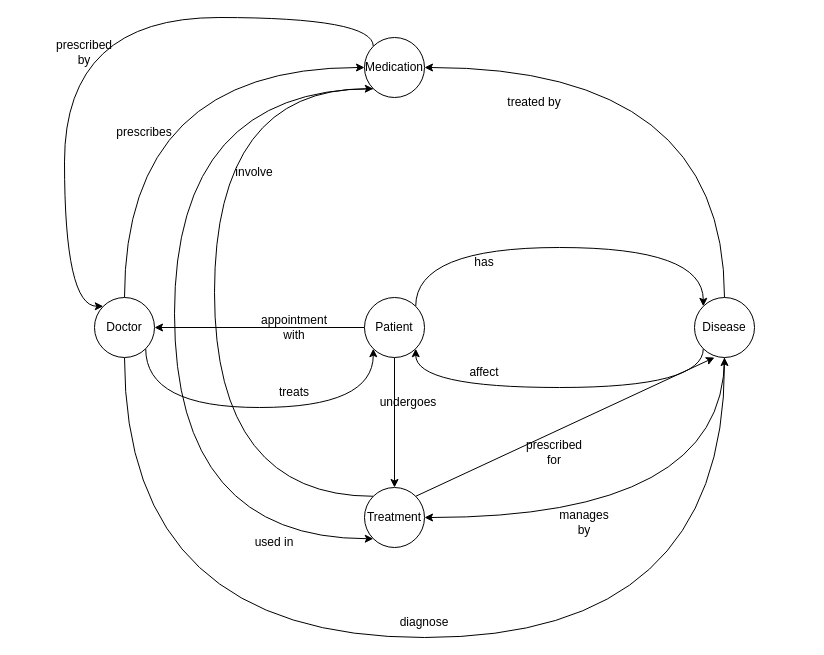
Before: Untitled Diagram.drawio in manaralrr/AI-assignment2, a draw.io diagram. Source tidied: cells renumbered, new cells numbered last; positions are measured from the earlier drawing's top-left corner, leaving out a move shared by most shapes. Both pictures are drawn from the tidied source at 100%, with x=0, y=0 at pixel (54, 17).
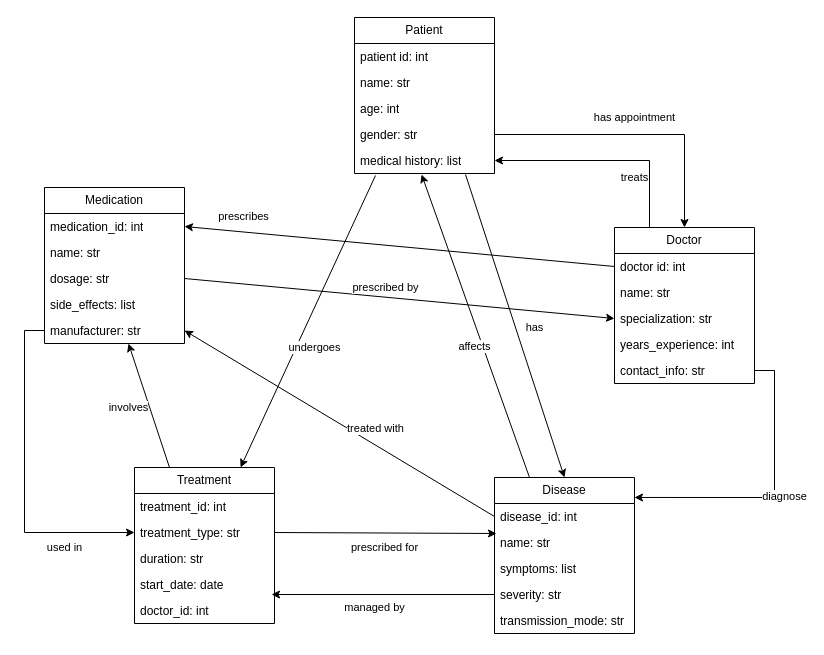
The same page after the edit.

What changed in the source:
```diff
@@
-    <mxCell id="2" style="edgeStyle=orthogonalEdgeStyle;rounded=0;jettySize=auto;html=1;exitX=0.5;exitY=1;exitDx=0;exitDy=0;entryX=0.5;entryY=0;entryDx=0;entryDy=0;" parent="1" edge="1" source="5" target="12">
-      <mxGeometry relative="1" as="geometry" />
-    </mxCell>
-    <mxCell id="3" style="edgeStyle=orthogonalEdgeStyle;rounded=0;jettySize=auto;html=1;exitX=0;exitY=0.5;exitDx=0;exitDy=0;entryX=1;entryY=0.5;entryDx=0;entryDy=0;" parent="1" edge="1" source="5" target="17">
-      <mxGeometry relative="1" as="geometry" />
-    </mxCell>
-    <mxCell id="4" style="edgeStyle=orthogonalEdgeStyle;rounded=0;jettySize=auto;html=1;exitX=1;exitY=0;exitDx=0;exitDy=0;entryX=0;entryY=0;entryDx=0;entryDy=0;curved=1;" parent="1" edge="1" source="5" target="9">
-      <mxGeometry relative="1" as="geometry">
-        <Array as="points">
-          <mxPoint x="361" y="230" />
-          <mxPoint x="649" y="230" />
-        </Array>
-      </mxGeometry>
-    </mxCell>
-    <mxCell id="5" value="Patient" style="ellipse;whiteSpace=wrap;html=1;" parent="1" vertex="1">
-      <mxGeometry x="310" y="280" width="60" height="60" as="geometry" />
+    <mxCell id="5" value="Patient" style="swimlane;fontStyle=0;horizontal=1;startSize=26;fillColor=none;whiteSpace=wrap;html=1;" parent="1" vertex="1">
+      <mxGeometry x="300" width="140" height="156" as="geometry" />
     </mxCell>
-    <mxCell id="6" style="edgeStyle=orthogonalEdgeStyle;rounded=0;jettySize=auto;html=1;exitX=0;exitY=1;exitDx=0;exitDy=0;entryX=1;entryY=1;entryDx=0;entryDy=0;curved=1;" parent="1" edge="1" source="9" target="5">
-      <mxGeometry relative="1" as="geometry">
-        <Array as="points">
-          <mxPoint x="649" y="370" />
-          <mxPoint x="361" y="370" />
-        </Array>
-      </mxGeometry>
-    </mxCell>
-    <mxCell id="7" style="edgeStyle=orthogonalEdgeStyle;rounded=0;jettySize=auto;html=1;exitX=0.5;exitY=0;exitDx=0;exitDy=0;entryX=1;entryY=0.5;entryDx=0;entryDy=0;curved=1;" parent="1" edge="1" source="9" target="21">
-      <mxGeometry relative="1" as="geometry" />
-    </mxCell>
-    <mxCell id="8" style="edgeStyle=orthogonalEdgeStyle;rounded=0;jettySize=auto;html=1;exitX=0.5;exitY=1;exitDx=0;exitDy=0;entryX=1;entryY=0.5;entryDx=0;entryDy=0;curved=1;" parent="1" edge="1" source="9" target="12">
-      <mxGeometry relative="1" as="geometry" />
-    </mxCell>
+    <mxCell id="33" value="patient id: int" style="text;strokeColor=none;fillColor=none;align=left;verticalAlign=top;spacingLeft=4;spacingRight=4;overflow=hidden;whiteSpace=wrap;html=1;" parent="5" vertex="1">
+      <mxGeometry y="26" width="140" height="26" as="geometry" />
+    </mxCell>
+    <mxCell id="34" value="name: str" style="text;strokeColor=none;fillColor=none;align=left;verticalAlign=top;spacingLeft=4;spacingRight=4;overflow=hidden;whiteSpace=wrap;html=1;" parent="5" vertex="1">
+      <mxGeometry y="52" width="140" height="26" as="geometry" />
+    </mxCell>
+    <mxCell id="35" value="age: int" style="text;strokeColor=none;fillColor=none;align=left;verticalAlign=top;spacingLeft=4;spacingRight=4;overflow=hidden;whiteSpace=wrap;html=1;" parent="5" vertex="1">
+      <mxGeometry y="78" width="140" height="26" as="geometry" />
+    </mxCell>
+    <mxCell id="36" value="gender: str" style="text;strokeColor=none;fillColor=none;align=left;verticalAlign=top;spacingLeft=4;spacingRight=4;overflow=hidden;points=[[0,0.5],[1,0.5]];portConstraint=eastwest;whiteSpace=wrap;html=1;" parent="5" vertex="1">
+      <mxGeometry y="104" width="140" height="26" as="geometry" />
+    </mxCell>
+    <mxCell id="37" value="medical history: list" style="text;strokeColor=none;fillColor=none;align=left;verticalAlign=top;spacingLeft=4;spacingRight=4;overflow=hidden;points=[[0,0.5],[1,0.5]];portConstraint=eastwest;whiteSpace=wrap;html=1;" parent="5" vertex="1">
+      <mxGeometry y="130" width="140" height="26" as="geometry" />
+    </mxCell>
+    <mxCell id="22" value="treats" style="edgeStyle=orthogonalEdgeStyle;rounded=0;jettySize=auto;html=1;exitX=0.25;exitY=0;exitDx=0;exitDy=0;entryX=1;entryY=0.5;entryDx=0;entryDy=0;" parent="1" edge="1" source="17" target="37">
+      <mxGeometry x="-0.55" y="15" relative="1" as="geometry" />
+    </mxCell>
+    <mxCell id="17" value="Doctor" style="swimlane;fontStyle=0;horizontal=1;startSize=26;fillColor=none;whiteSpace=wrap;html=1;" parent="1" vertex="1">
+      <mxGeometry x="560" y="210" width="140" height="156" as="geometry" />
+    </mxCell>
+    <mxCell id="38" value="doctor id: int" style="text;strokeColor=none;fillColor=none;align=left;verticalAlign=top;spacingLeft=4;spacingRight=4;overflow=hidden;points=[[0,0.5],[1,0.5]];portConstraint=eastwest;whiteSpace=wrap;html=1;" parent="17" vertex="1">
+      <mxGeometry y="26" width="140" height="26" as="geometry" />
+    </mxCell>
+    <mxCell id="39" value="name: str" style="text;strokeColor=none;fillColor=none;align=left;verticalAlign=top;spacingLeft=4;spacingRight=4;overflow=hidden;whiteSpace=wrap;html=1;" parent="17" vertex="1">
+      <mxGeometry y="52" width="140" height="26" as="geometry" />
+    </mxCell>
+    <mxCell id="40" value="specialization: str" style="text;strokeColor=none;fillColor=none;align=left;verticalAlign=top;spacingLeft=4;spacingRight=4;overflow=hidden;points=[[0,0.5],[1,0.5]];portConstraint=eastwest;whiteSpace=wrap;html=1;" parent="17" vertex="1">
+      <mxGeometry y="78" width="140" height="26" as="geometry" />
+    </mxCell>
+    <mxCell id="41" value="years_experience: int" style="text;strokeColor=none;fillColor=none;align=left;verticalAlign=top;spacingLeft=4;spacingRight=4;overflow=hidden;whiteSpace=wrap;html=1;" parent="17" vertex="1">
+      <mxGeometry y="104" width="140" height="26" as="geometry" />
+    </mxCell>
+    <mxCell id="42" value="contact_info: str" style="text;strokeColor=none;fillColor=none;align=left;verticalAlign=top;spacingLeft=4;spacingRight=4;overflow=hidden;points=[[0,0.5],[1,0.5]];portConstraint=eastwest;whiteSpace=wrap;html=1;" parent="17" vertex="1">
+      <mxGeometry y="130" width="140" height="26" as="geometry" />
+    </mxCell>
+    <mxCell id="21" value="Medication" style="swimlane;fontStyle=0;horizontal=1;startSize=26;fillColor=none;whiteSpace=wrap;html=1;" parent="1" vertex="1">
+      <mxGeometry x="-10" y="170" width="140" height="156" as="geometry" />
+    </mxCell>
+    <mxCell id="43" value="medication_id: int" style="text;strokeColor=none;fillColor=none;align=left;verticalAlign=top;spacingLeft=4;spacingRight=4;overflow=hidden;points=[[0,0.5],[1,0.5]];portConstraint=eastwest;whiteSpace=wrap;html=1;" parent="21" vertex="1">
+      <mxGeometry y="26" width="140" height="26" as="geometry" />
+    </mxCell>
+    <mxCell id="44" value="name: str" style="text;strokeColor=none;fillColor=none;align=left;verticalAlign=top;spacingLeft=4;spacingRight=4;overflow=hidden;whiteSpace=wrap;html=1;" parent="21" vertex="1">
+      <mxGeometry y="52" width="140" height="26" as="geometry" />
+    </mxCell>
+    <mxCell id="45" value="dosage: str" style="text;strokeColor=none;fillColor=none;align=left;verticalAlign=top;spacingLeft=4;spacingRight=4;overflow=hidden;points=[[0,0.5],[1,0.5]];portConstraint=eastwest;whiteSpace=wrap;html=1;" parent="21" vertex="1">
+      <mxGeometry y="78" width="140" height="26" as="geometry" />
+    </mxCell>
+    <mxCell id="46" value="side_effects: list" style="text;strokeColor=none;fillColor=none;align=left;verticalAlign=top;spacingLeft=4;spacingRight=4;overflow=hidden;whiteSpace=wrap;html=1;" parent="21" vertex="1">
+      <mxGeometry y="104" width="140" height="26" as="geometry" />
+    </mxCell>
+    <mxCell id="47" value="manufacturer: str" style="text;strokeColor=none;fillColor=none;align=left;verticalAlign=top;spacingLeft=4;spacingRight=4;overflow=hidden;points=[[0,0.5],[1,0.5]];portConstraint=eastwest;whiteSpace=wrap;html=1;" parent="21" vertex="1">
+      <mxGeometry y="130" width="140" height="26" as="geometry" />
+    </mxCell>
+    <mxCell id="12" value="Treatment" style="swimlane;fontStyle=0;horizontal=1;startSize=26;fillColor=none;whiteSpace=wrap;html=1;" parent="1" vertex="1">
+      <mxGeometry x="80" y="450" width="140" height="156" as="geometry" />
+    </mxCell>
+    <mxCell id="48" value="treatment_id: int" style="text;strokeColor=none;fillColor=none;align=left;verticalAlign=top;spacingLeft=4;spacingRight=4;overflow=hidden;whiteSpace=wrap;html=1;" parent="12" vertex="1">
+      <mxGeometry y="26" width="140" height="26" as="geometry" />
+    </mxCell>
+    <mxCell id="49" value="treatment_type: str" style="text;strokeColor=none;fillColor=none;align=left;verticalAlign=top;spacingLeft=4;spacingRight=4;overflow=hidden;points=[[0,0.5],[1,0.5]];portConstraint=eastwest;whiteSpace=wrap;html=1;" parent="12" vertex="1">
+      <mxGeometry y="52" width="140" height="26" as="geometry" />
+    </mxCell>
+    <mxCell id="50" value="duration: str" style="text;strokeColor=none;fillColor=none;align=left;verticalAlign=top;spacingLeft=4;spacingRight=4;overflow=hidden;whiteSpace=wrap;html=1;" parent="12" vertex="1">
+      <mxGeometry y="78" width="140" height="26" as="geometry" />
+    </mxCell>
+    <mxCell id="51" value="start_date: date" style="text;strokeColor=none;fillColor=none;align=left;verticalAlign=top;spacingLeft=4;spacingRight=4;overflow=hidden;whiteSpace=wrap;html=1;" parent="12" vertex="1">
+      <mxGeometry y="104" width="140" height="26" as="geometry" />
+    </mxCell>
+    <mxCell id="52" value="doctor_id: int" style="text;strokeColor=none;fillColor=none;align=left;verticalAlign=top;spacingLeft=4;spacingRight=4;overflow=hidden;points=[[0,0.5],[1,0.5]];portConstraint=eastwest;whiteSpace=wrap;html=1;" parent="12" vertex="1">
+      <mxGeometry y="130" width="140" height="26" as="geometry" />
+    </mxCell>
-    <mxCell id="9" value="Disease" style="ellipse;whiteSpace=wrap;html=1;" parent="1" vertex="1">
-      <mxGeometry x="640" y="280" width="60" height="60" as="geometry" />
+    <mxCell id="9" value="Disease" style="swimlane;fontStyle=0;horizontal=1;startSize=26;fillColor=none;whiteSpace=wrap;html=1;" parent="1" vertex="1">
+      <mxGeometry x="440" y="460" width="140" height="156" as="geometry" />
     </mxCell>
+    <mxCell id="53" value="disease_id: int" style="text;strokeColor=none;fillColor=none;align=left;verticalAlign=top;spacingLeft=4;spacingRight=4;overflow=hidden;points=[[0,0.5],[1,0.5]];portConstraint=eastwest;whiteSpace=wrap;html=1;" parent="9" vertex="1">
+      <mxGeometry y="26" width="140" height="26" as="geometry" />
+    </mxCell>
+    <mxCell id="54" value="name: str" style="text;strokeColor=none;fillColor=none;align=left;verticalAlign=top;spacingLeft=4;spacingRight=4;overflow=hidden;points=[[0,0.5],[1,0.5]];portConstraint=eastwest;whiteSpace=wrap;html=1;" parent="9" vertex="1">
+      <mxGeometry y="52" width="140" height="26" as="geometry" />
+    </mxCell>
+    <mxCell id="55" value="symptoms: list" style="text;strokeColor=none;fillColor=none;align=left;verticalAlign=top;spacingLeft=4;spacingRight=4;overflow=hidden;whiteSpace=wrap;html=1;" parent="9" vertex="1">
+      <mxGeometry y="78" width="140" height="26" as="geometry" />
+    </mxCell>
+    <mxCell id="56" value="severity: str" style="text;strokeColor=none;fillColor=none;align=left;verticalAlign=top;spacingLeft=4;spacingRight=4;overflow=hidden;points=[[0,0.5],[1,0.5]];portConstraint=eastwest;whiteSpace=wrap;html=1;" parent="9" vertex="1">
+      <mxGeometry y="104" width="140" height="26" as="geometry" />
+    </mxCell>
+    <mxCell id="57" value="transmission_mode: str" style="text;strokeColor=none;fillColor=none;align=left;verticalAlign=top;spacingLeft=4;spacingRight=4;overflow=hidden;whiteSpace=wrap;html=1;" parent="9" vertex="1">
+      <mxGeometry y="130" width="140" height="26" as="geometry" />
+    </mxCell>
-    <mxCell id="10" value="has" style="text;html=1;align=center;verticalAlign=middle;whiteSpace=wrap;rounded=0;" parent="1" vertex="1">
-      <mxGeometry x="400" y="230" width="60" height="30" as="geometry" />
+    <mxCell id="10" value="has" style="rounded=0;jettySize=auto;html=1;exitX=0.793;exitY=1.038;exitDx=0;exitDy=0;entryX=0.5;entryY=0;entryDx=0;entryDy=0;exitPerimeter=0;" parent="1" edge="1" source="37" target="9">
+      <mxGeometry x="0.05" y="18" relative="1" as="geometry" />
     </mxCell>
-    <mxCell id="11" style="edgeStyle=orthogonalEdgeStyle;rounded=0;jettySize=auto;html=1;exitX=0;exitY=0;exitDx=0;exitDy=0;entryX=0;entryY=1;entryDx=0;entryDy=0;curved=1;" parent="1" edge="1" source="12" target="21">
-      <mxGeometry relative="1" as="geometry">
-        <Array as="points">
-          <mxPoint x="160" y="479" />
-          <mxPoint x="160" y="71" />
-        </Array>
-      </mxGeometry>
-    </mxCell>
-    <mxCell id="12" value="Treatment" style="ellipse;whiteSpace=wrap;html=1;" parent="1" vertex="1">
-      <mxGeometry x="310" y="470" width="60" height="60" as="geometry" />
-    </mxCell>
-    <mxCell id="13" value="undergoes" style="text;html=1;align=center;verticalAlign=middle;whiteSpace=wrap;rounded=0;" parent="1" vertex="1">
-      <mxGeometry x="324" y="370" width="60" height="30" as="geometry" />
+    <mxCell id="13" value="undergoes" style="rounded=0;jettySize=auto;html=1;exitX=0.15;exitY=1.077;exitDx=0;exitDy=0;exitPerimeter=0;" parent="1" edge="1" source="37" target="12">
+      <mxGeometry x="0.13" y="17" relative="1" as="geometry" />
     </mxCell>
-    <mxCell id="14" style="edgeStyle=orthogonalEdgeStyle;rounded=0;jettySize=auto;html=1;exitX=1;exitY=1;exitDx=0;exitDy=0;entryX=0;entryY=1;entryDx=0;entryDy=0;curved=1;" parent="1" edge="1" source="17" target="5">
-      <mxGeometry relative="1" as="geometry">
-        <Array as="points">
-          <mxPoint x="91" y="390" />
-          <mxPoint x="319" y="390" />
-        </Array>
-      </mxGeometry>
-    </mxCell>
-    <mxCell id="15" style="edgeStyle=orthogonalEdgeStyle;rounded=0;jettySize=auto;html=1;exitX=0.5;exitY=1;exitDx=0;exitDy=0;entryX=0.5;entryY=1;entryDx=0;entryDy=0;curved=1;" parent="1" edge="1" source="17" target="9">
-      <mxGeometry relative="1" as="geometry">
-        <Array as="points">
-          <mxPoint x="70" y="620" />
-          <mxPoint x="670" y="620" />
-        </Array>
-      </mxGeometry>
-    </mxCell>
-    <mxCell id="16" style="edgeStyle=orthogonalEdgeStyle;rounded=0;jettySize=auto;html=1;exitX=0.5;exitY=0;exitDx=0;exitDy=0;entryX=0;entryY=0.5;entryDx=0;entryDy=0;curved=1;" parent="1" edge="1" source="17" target="21">
-      <mxGeometry relative="1" as="geometry" />
-    </mxCell>
-    <mxCell id="17" value="Doctor" style="ellipse;whiteSpace=wrap;html=1;" parent="1" vertex="1">
-      <mxGeometry x="40" y="280" width="60" height="60" as="geometry" />
-    </mxCell>
-    <mxCell id="18" value="appointment with" style="text;html=1;align=center;verticalAlign=middle;whiteSpace=wrap;rounded=0;" parent="1" vertex="1">
-      <mxGeometry x="210" y="295" width="60" height="30" as="geometry" />
-    </mxCell>
-    <mxCell id="19" style="edgeStyle=orthogonalEdgeStyle;rounded=0;jettySize=auto;html=1;exitX=0;exitY=0;exitDx=0;exitDy=0;entryX=0;entryY=0;entryDx=0;entryDy=0;curved=1;" parent="1" edge="1" source="21" target="17">
-      <mxGeometry relative="1" as="geometry">
-        <Array as="points">
-          <mxPoint x="319" />
-          <mxPoint x="10" />
-          <mxPoint x="10" y="289" />
-        </Array>
-      </mxGeometry>
-    </mxCell>
-    <mxCell id="20" style="edgeStyle=orthogonalEdgeStyle;rounded=0;jettySize=auto;html=1;exitX=0;exitY=1;exitDx=0;exitDy=0;entryX=0;entryY=1;entryDx=0;entryDy=0;curved=1;" parent="1" edge="1" source="21" target="12">
-      <mxGeometry relative="1" as="geometry">
-        <Array as="points">
-          <mxPoint x="120" y="71" />
-          <mxPoint x="120" y="521" />
-        </Array>
-      </mxGeometry>
-    </mxCell>
-    <mxCell id="21" value="Medication" style="ellipse;whiteSpace=wrap;html=1;" parent="1" vertex="1">
-      <mxGeometry x="310" y="20" width="60" height="60" as="geometry" />
-    </mxCell>
-    <mxCell id="22" value="treats" style="text;html=1;align=center;verticalAlign=middle;whiteSpace=wrap;rounded=0;" parent="1" vertex="1">
-      <mxGeometry x="210" y="360" width="60" height="30" as="geometry" />
-    </mxCell>
+    <mxCell id="58" value="has appointment" style="edgeStyle=orthogonalEdgeStyle;rounded=0;jettySize=auto;html=1;exitX=1;exitY=0.5;exitDx=0;exitDy=0;entryX=0.5;entryY=0;entryDx=0;entryDy=0;" parent="1" edge="1" source="36" target="17">
+      <mxGeometry x="-0.01" y="17" relative="1" as="geometry" />
+    </mxCell>
-    <mxCell id="23" value="diagnose" style="text;html=1;align=center;verticalAlign=middle;whiteSpace=wrap;rounded=0;" parent="1" vertex="1">
-      <mxGeometry x="340" y="590" width="60" height="30" as="geometry" />
+    <mxCell id="23" value="diagnose" style="edgeStyle=orthogonalEdgeStyle;rounded=0;jettySize=auto;html=1;exitX=1;exitY=0.5;exitDx=0;exitDy=0;entryX=1;entryY=0.128;entryDx=0;entryDy=0;entryPerimeter=0;" parent="1" edge="1" source="42" target="9">
+      <mxGeometry x="0.02" y="10" relative="1" as="geometry" />
     </mxCell>
-    <mxCell id="24" value="prescribes" style="text;html=1;align=center;verticalAlign=middle;whiteSpace=wrap;rounded=0;" parent="1" vertex="1">
-      <mxGeometry x="60" y="100" width="60" height="30" as="geometry" />
+    <mxCell id="24" value="prescribes" style="rounded=0;jettySize=auto;html=1;exitX=0;exitY=0.5;exitDx=0;exitDy=0;entryX=1;entryY=0.5;entryDx=0;entryDy=0;" parent="1" edge="1" source="38" target="43">
+      <mxGeometry x="0.73" y="-15" relative="1" as="geometry" />
     </mxCell>
-    <mxCell id="25" value="affect" style="text;html=1;align=center;verticalAlign=middle;whiteSpace=wrap;rounded=0;" parent="1" vertex="1">
-      <mxGeometry x="400" y="340" width="60" height="30" as="geometry" />
-    </mxCell>
-    <mxCell id="26" value="treated by" style="text;html=1;align=center;verticalAlign=middle;whiteSpace=wrap;rounded=0;" parent="1" vertex="1">
-      <mxGeometry x="450" y="70" width="60" height="30" as="geometry" />
-    </mxCell>
-    <mxCell id="27" value="manages by" style="text;html=1;align=center;verticalAlign=middle;whiteSpace=wrap;rounded=0;" parent="1" vertex="1">
-      <mxGeometry x="500" y="490" width="60" height="30" as="geometry" />
-    </mxCell>
-    <mxCell id="28" style="rounded=0;jettySize=auto;html=1;exitX=1;exitY=0;exitDx=0;exitDy=0;entryX=0.333;entryY=1;entryDx=0;entryDy=0;entryPerimeter=0;" parent="1" edge="1" source="12" target="9">
-      <mxGeometry relative="1" as="geometry" />
-    </mxCell>
+    <mxCell id="59" value="affects" style="rounded=0;jettySize=auto;html=1;exitX=0.25;exitY=0;exitDx=0;exitDy=0;entryX=0.479;entryY=1.038;entryDx=0;entryDy=0;entryPerimeter=0;" parent="1" edge="1" source="9" target="37">
+      <mxGeometry x="-0.12" y="8" relative="1" as="geometry" />
+    </mxCell>
+    <mxCell id="60" value="treated with" style="rounded=0;jettySize=auto;html=1;exitX=0;exitY=0.5;exitDx=0;exitDy=0;entryX=1;entryY=0.5;entryDx=0;entryDy=0;" parent="1" edge="1" source="53" target="47">
+      <mxGeometry x="-0.18" y="-15" relative="1" as="geometry">
+        <mxPoint y="1" as="offset" />
+      </mxGeometry>
+    </mxCell>
+    <mxCell id="61" value="managed by" style="edgeStyle=orthogonalEdgeStyle;rounded=0;jettySize=auto;html=1;exitX=0;exitY=0.5;exitDx=0;exitDy=0;entryX=0.979;entryY=-0.115;entryDx=0;entryDy=0;entryPerimeter=0;" parent="1" edge="1" source="56" target="52">
+      <mxGeometry x="0.08" y="13" relative="1" as="geometry" />
+    </mxCell>
-    <mxCell id="29" value="prescribed for" style="text;html=1;align=center;verticalAlign=middle;whiteSpace=wrap;rounded=0;" parent="1" vertex="1">
-      <mxGeometry x="470" y="420" width="60" height="30" as="geometry" />
+    <mxCell id="29" value="prescribed for" style="rounded=0;jettySize=auto;html=1;exitX=1;exitY=0.5;exitDx=0;exitDy=0;entryX=0.014;entryY=0.154;entryDx=0;entryDy=0;entryPerimeter=0;" parent="1" edge="1" source="49" target="54">
+      <mxGeometry x="-0.01" y="-15" relative="1" as="geometry" />
     </mxCell>
-    <mxCell id="30" value="involve" style="text;html=1;align=center;verticalAlign=middle;whiteSpace=wrap;rounded=0;" parent="1" vertex="1">
-      <mxGeometry x="170" y="140" width="60" height="30" as="geometry" />
-    </mxCell>
+    <mxCell id="62" value="involves" style="rounded=0;jettySize=auto;html=1;exitX=0.25;exitY=0;exitDx=0;exitDy=0;entryX=0.6;entryY=1;entryDx=0;entryDy=0;entryPerimeter=0;" parent="1" edge="1" source="12" target="47">
+      <mxGeometry x="0.07" y="20" relative="1" as="geometry" />
+    </mxCell>
-    <mxCell id="31" value="prescribed by" style="text;html=1;align=center;verticalAlign=middle;whiteSpace=wrap;rounded=0;" parent="1" vertex="1">
-      <mxGeometry y="20" width="60" height="30" as="geometry" />
+    <mxCell id="31" value="prescribed by" style="rounded=0;jettySize=auto;html=1;exitX=1;exitY=0.5;exitDx=0;exitDy=0;entryX=0;entryY=0.5;entryDx=0;entryDy=0;" parent="1" edge="1" source="45" target="40">
+      <mxGeometry x="-0.07" y="10" relative="1" as="geometry" />
     </mxCell>
-    <mxCell id="32" value="used in" style="text;html=1;align=center;verticalAlign=middle;whiteSpace=wrap;rounded=0;" parent="1" vertex="1">
-      <mxGeometry x="190" y="510" width="60" height="30" as="geometry" />
+    <mxCell id="32" value="used in" style="edgeStyle=orthogonalEdgeStyle;rounded=0;jettySize=auto;html=1;exitX=0;exitY=0.5;exitDx=0;exitDy=0;entryX=0;entryY=0.5;entryDx=0;entryDy=0;" parent="1" edge="1" source="47" target="49">
+      <mxGeometry x="0.58" y="-15" relative="1" as="geometry" />
     </mxCell>
```
